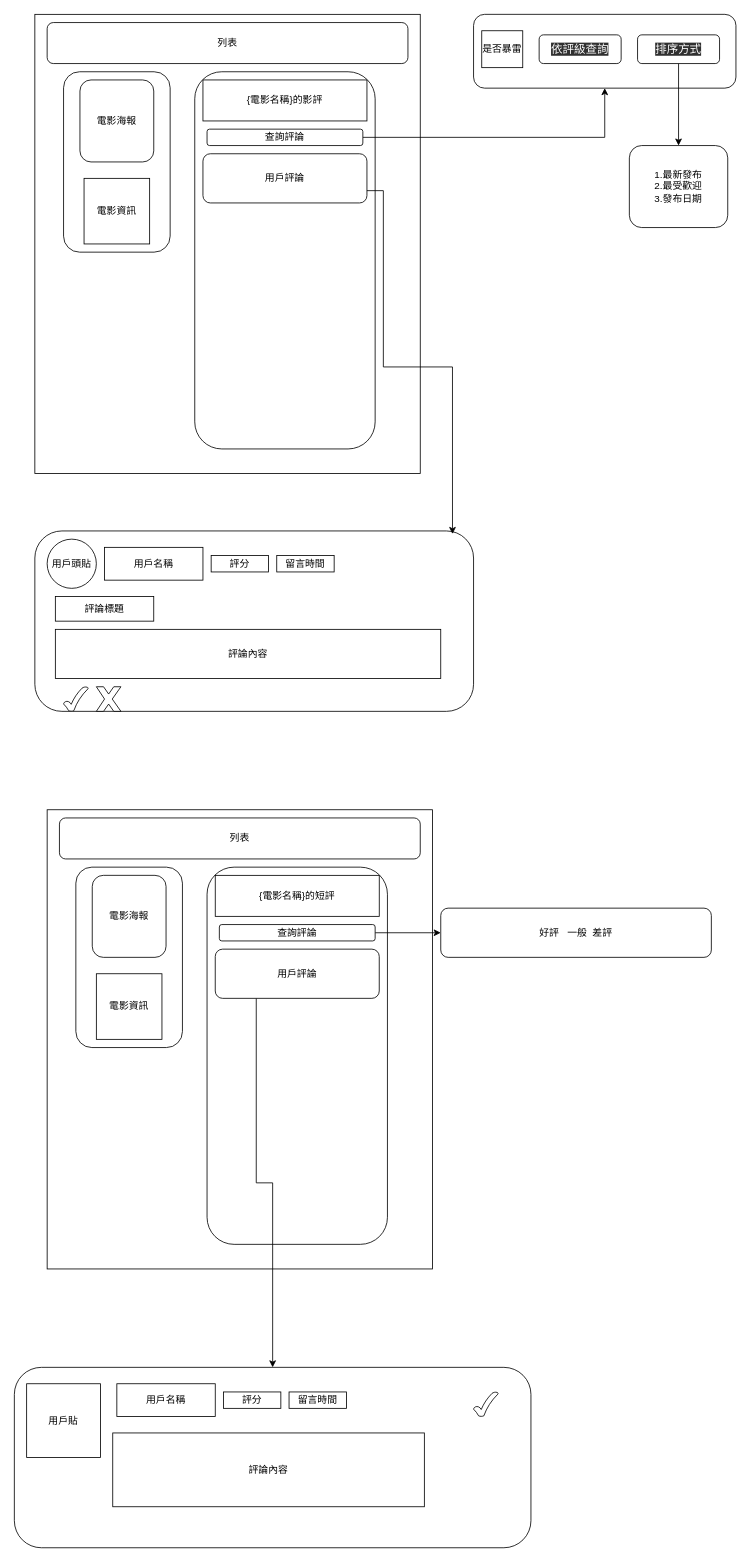
The draw.io diagram 影評的頁面.drawio in shaoccc3/movie, before the edit. Source tidied: cells renumbered, new cells numbered last; positions are measured from the earlier drawing's top-left corner, leaving out a move shared by most shapes. Both pictures are drawn from the tidied source at 82%, with x=0, y=0 at pixel (14, 14).
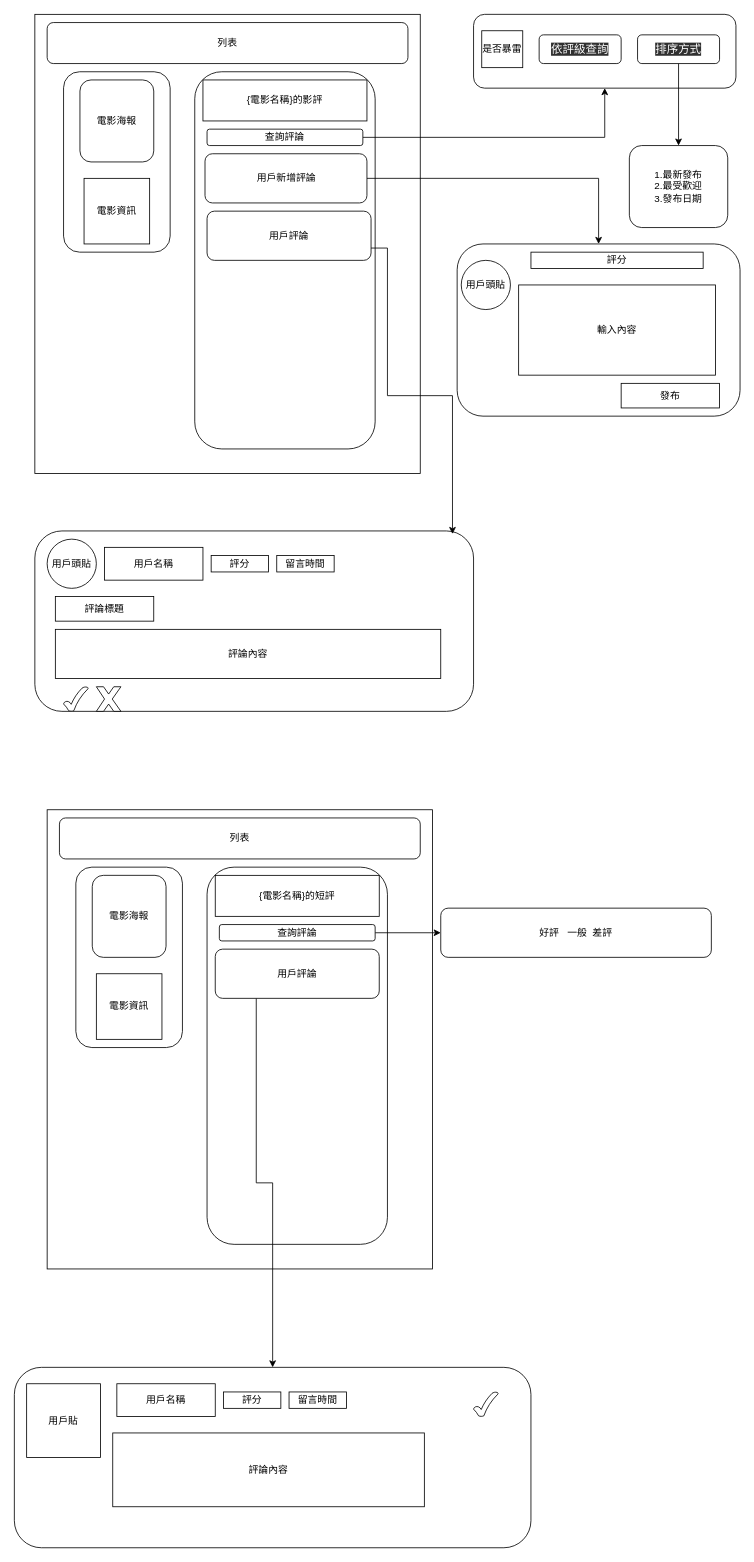
Above is the later version.

The edit, as a diff of the source:
```diff
@@
     <mxCell id="8" value="用戶評論" style="rounded=1;whiteSpace=wrap;html=1;" parent="1" vertex="1">
-      <mxGeometry x="230" y="170" width="200" height="60" as="geometry" />
+      <mxGeometry x="235" y="240" width="200" height="60" as="geometry" />
     </mxCell>
@@
+    <mxCell id="47" style="edgeStyle=orthogonalEdgeStyle;rounded=0;jettySize=auto;html=1;exitX=1;exitY=0.5;exitDx=0;exitDy=0;" parent="1" edge="1" source="48" target="49">
+      <mxGeometry relative="1" as="geometry" />
+    </mxCell>
+    <mxCell id="48" value="用戶新增評論" style="rounded=1;whiteSpace=wrap;html=1;" parent="1" vertex="1">
+      <mxGeometry x="232.5" y="170" width="197.5" height="60" as="geometry" />
+    </mxCell>
+    <mxCell id="49" style="rounded=1;whiteSpace=wrap;html=1;" parent="1" vertex="1">
+      <mxGeometry x="540" y="280" width="345" height="210" as="geometry" />
+    </mxCell>
+    <mxCell id="50" value="評分" style="rounded=0;whiteSpace=wrap;html=1;" parent="1" vertex="1">
+      <mxGeometry x="630" y="290" width="210" height="20" as="geometry" />
+    </mxCell>
+    <mxCell id="51" value="用戶頭貼" style="ellipse;whiteSpace=wrap;html=1;" parent="1" vertex="1">
+      <mxGeometry x="545" y="300" width="60" height="60" as="geometry" />
+    </mxCell>
+    <mxCell id="52" value="輸入內容" style="rounded=0;whiteSpace=wrap;html=1;" parent="1" vertex="1">
+      <mxGeometry x="615" y="330" width="240" height="110" as="geometry" />
+    </mxCell>
+    <mxCell id="53" value="發布" style="rounded=0;whiteSpace=wrap;html=1;" parent="1" vertex="1">
+      <mxGeometry x="740" y="450" width="120" height="30" as="geometry" />
+    </mxCell>
```
